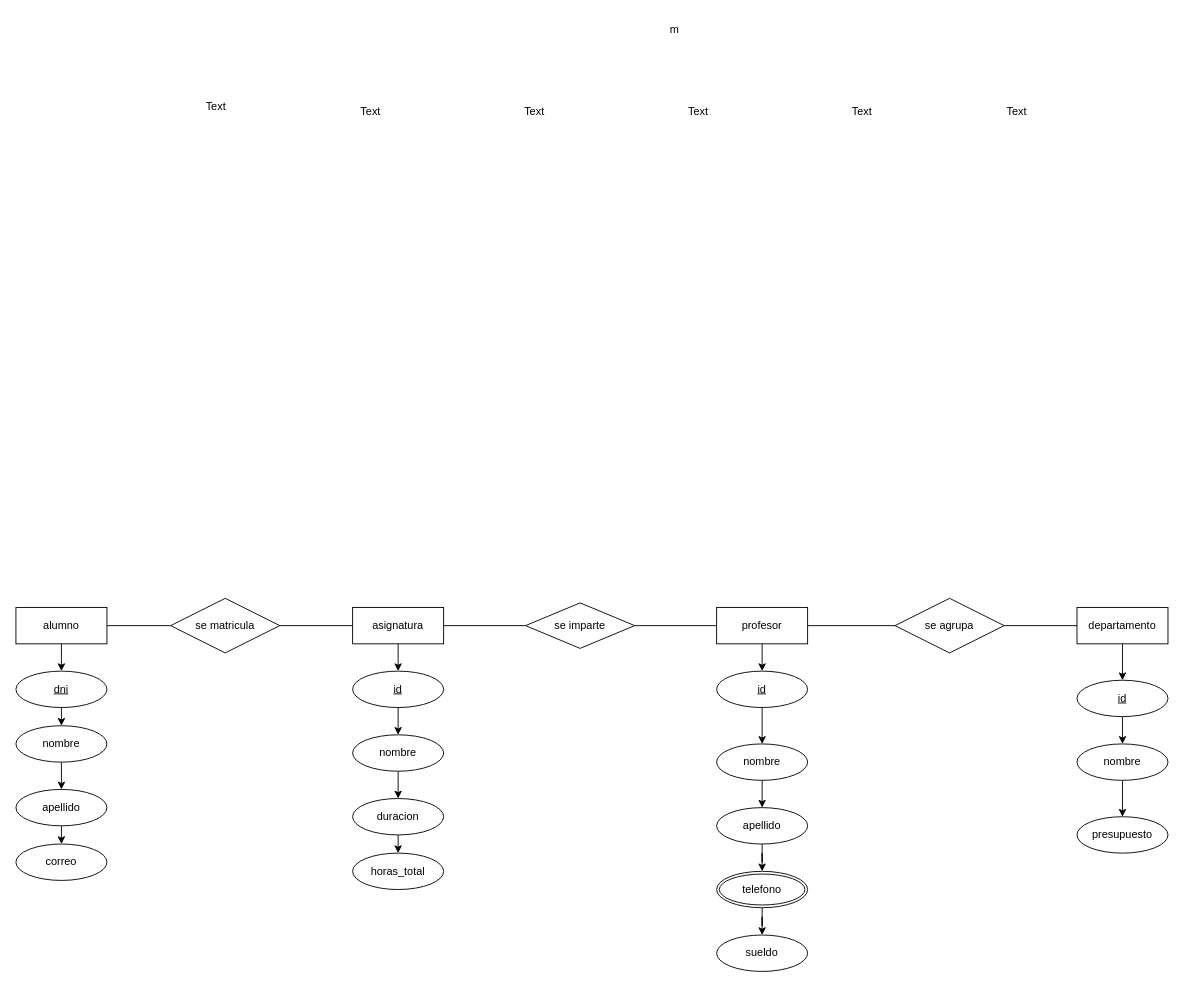
This is primer_proyecto_trimestre_BD.drawio from MartinStudent21092026/primer, a draw.io file, before an edit. Source tidied: cells renumbered, new cells numbered last; positions are measured from the earlier drawing's top-left corner, leaving out a move shared by most shapes. Both pictures are drawn from the tidied source at 91%, with x=0, y=0 at pixel (15, 15).
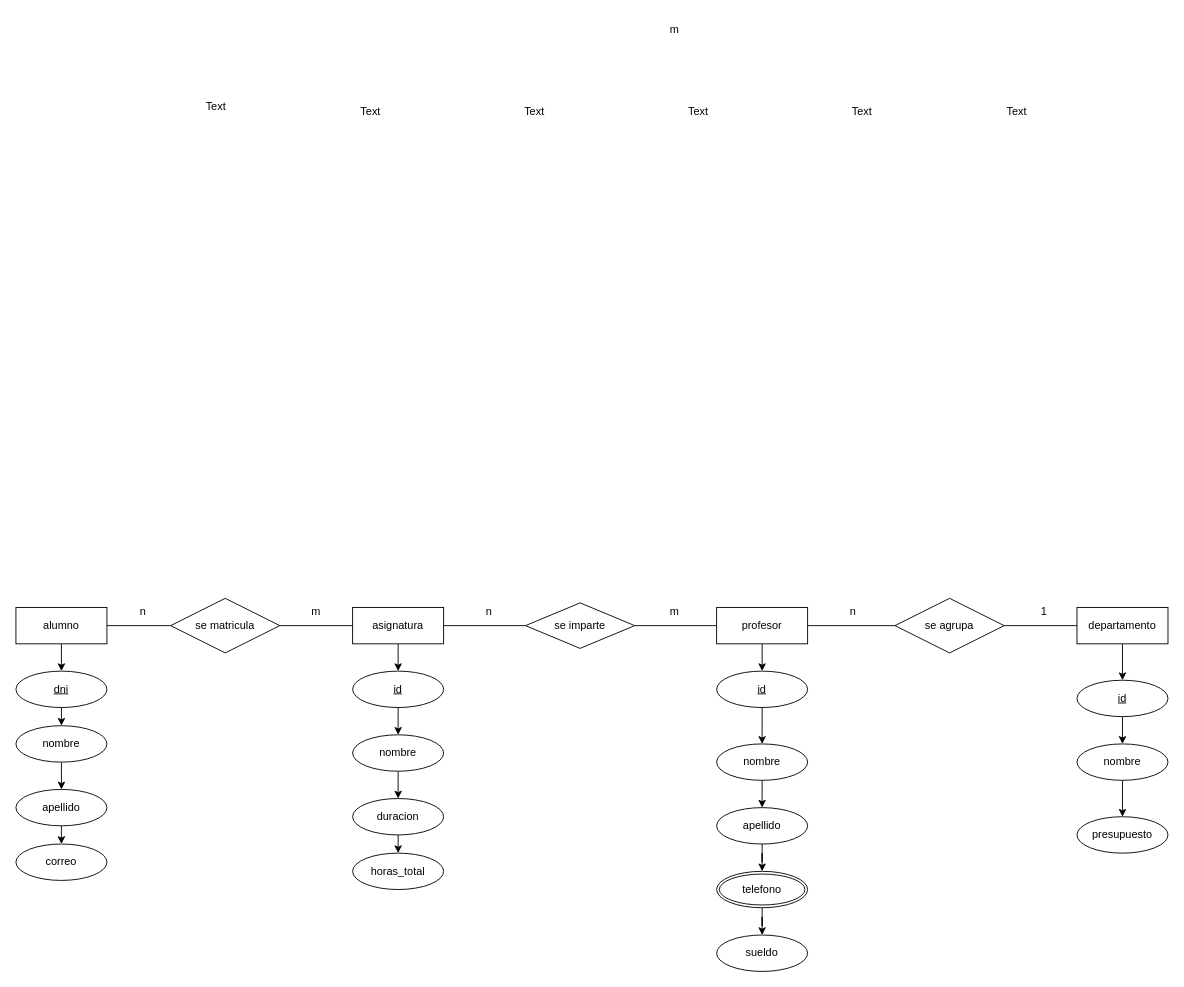
The same diagram, later.

Commit message:
update diagrama entidad-relacion(E/R)

The edit, as a diff of the source:
```diff
@@
+    <mxCell id="54" value="n" style="text;html=1;whiteSpace=wrap;strokeColor=none;fillColor=none;align=center;verticalAlign=middle;rounded=0;" parent="1" vertex="1">
+      <mxGeometry x="110" y="640" width="60" height="30" as="geometry" />
+    </mxCell>
+    <mxCell id="55" value="m" style="text;html=1;whiteSpace=wrap;strokeColor=none;fillColor=none;align=center;verticalAlign=middle;rounded=0;" parent="1" vertex="1">
+      <mxGeometry x="300" y="640" width="60" height="30" as="geometry" />
+    </mxCell>
+    <mxCell id="56" value="n" style="text;html=1;whiteSpace=wrap;strokeColor=none;fillColor=none;align=center;verticalAlign=middle;rounded=0;" parent="1" vertex="1">
+      <mxGeometry x="490" y="640" width="60" height="30" as="geometry" />
+    </mxCell>
+    <mxCell id="57" value="m" style="text;html=1;whiteSpace=wrap;strokeColor=none;fillColor=none;align=center;verticalAlign=middle;rounded=0;" parent="1" vertex="1">
+      <mxGeometry x="694" y="640" width="60" height="30" as="geometry" />
+    </mxCell>
+    <mxCell id="58" value="n" style="text;html=1;whiteSpace=wrap;strokeColor=none;fillColor=none;align=center;verticalAlign=middle;rounded=0;" parent="1" vertex="1">
+      <mxGeometry x="890" y="640" width="60" height="30" as="geometry" />
+    </mxCell>
+    <mxCell id="59" value="1" style="text;html=1;whiteSpace=wrap;strokeColor=none;fillColor=none;align=center;verticalAlign=middle;rounded=0;" parent="1" vertex="1">
+      <mxGeometry x="1100" y="640" width="60" height="30" as="geometry" />
+    </mxCell>
```
